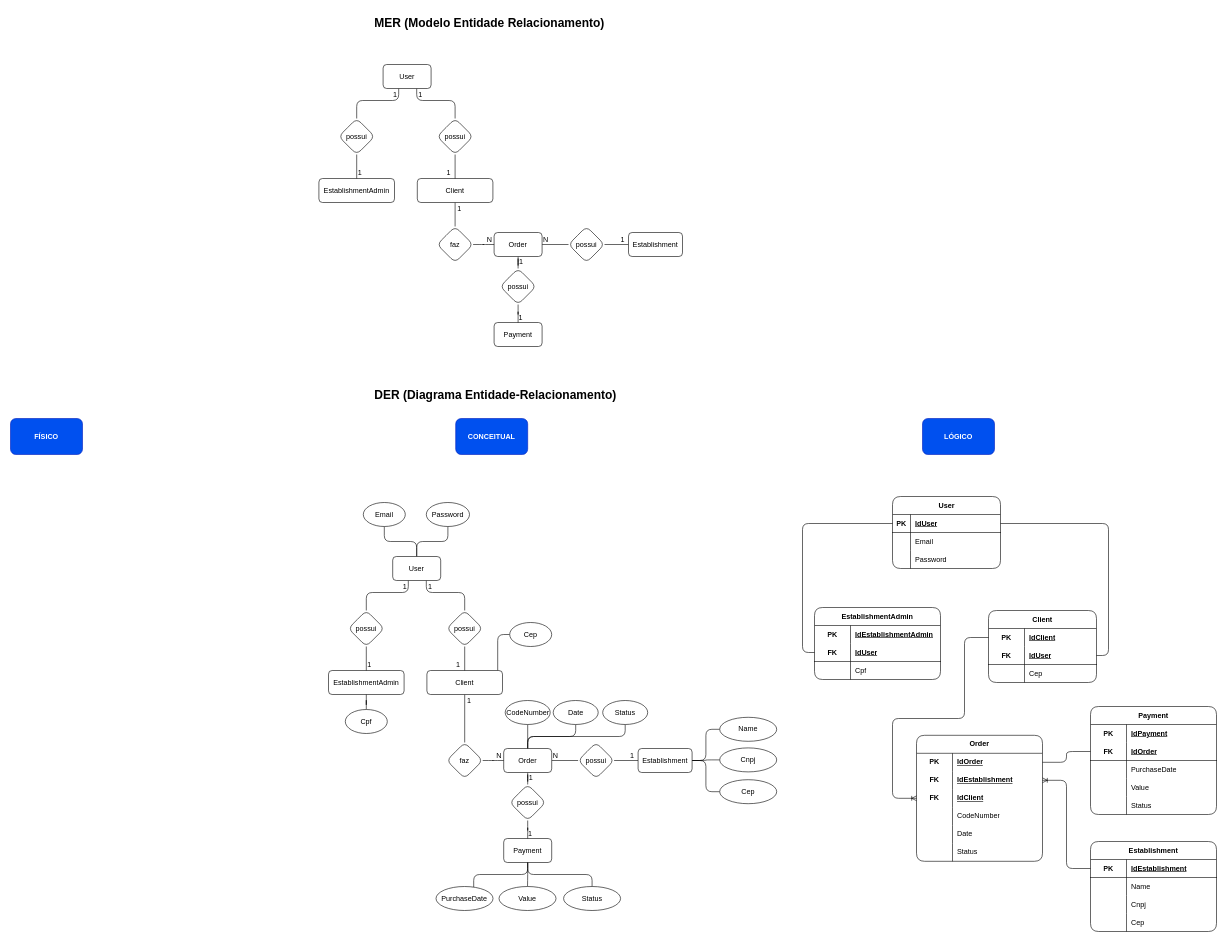
Earlier version of the draw.io diagram page "Diagramas" (3 of 3) of DevOps/Modelagem de Software.drawio (LucasBO7/senai-curso-repos-semestre-4). Source tidied: cells renumbered, new cells numbered last; positions are measured from the earlier drawing's top-left corner, leaving out a move shared by most shapes. Both pictures are drawn from the tidied source at 60%, with x=0, y=0 at pixel (10, 10).
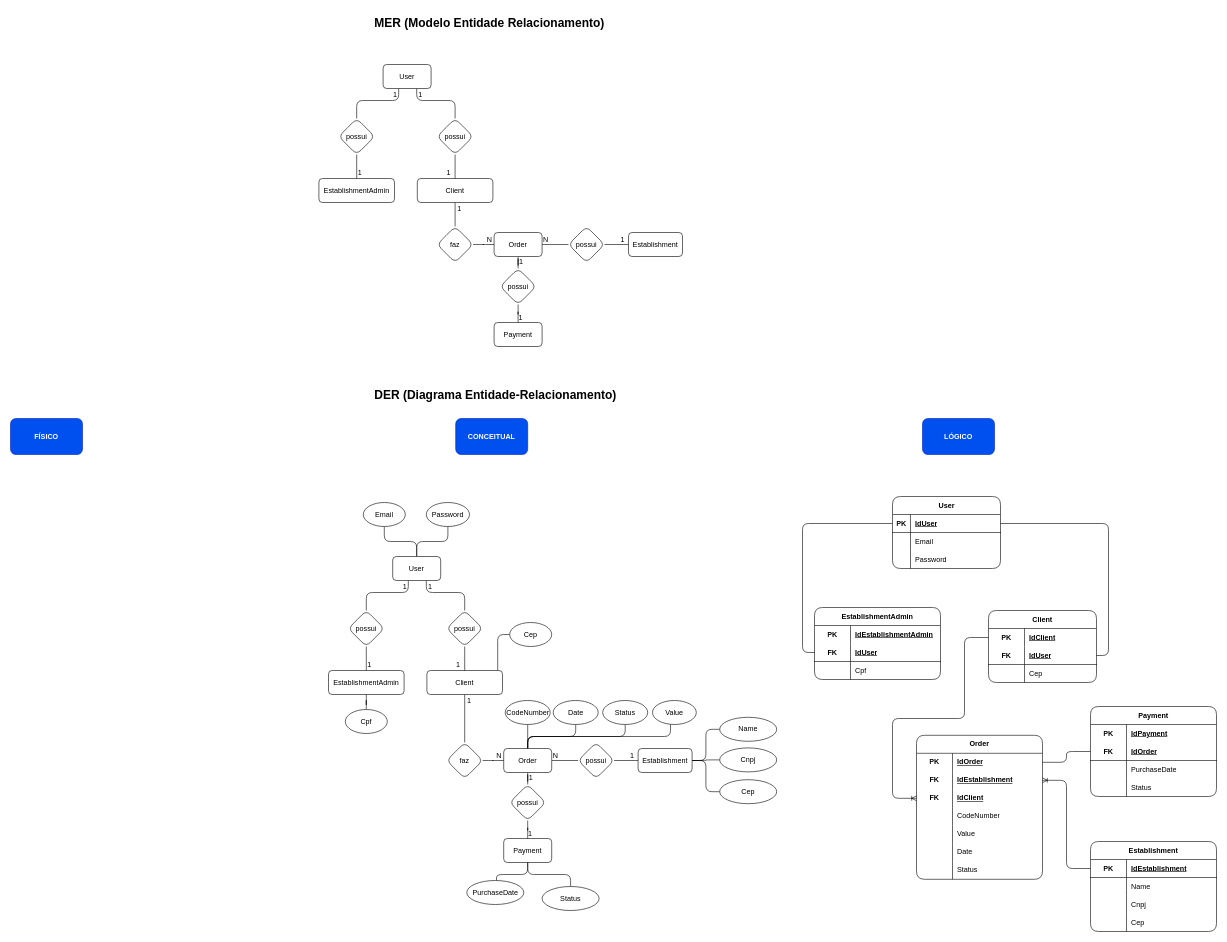
After the change.

Unchanged cells that the change refers to:
```xml
<mxCell id="51" value="Order" style="rounded=1;whiteSpace=wrap;html=1;" parent="1" vertex="1">
  <mxGeometry x="822" y="1230" width="80" height="40" as="geometry" />
</mxCell>
<mxCell id="53" value="Payment" style="rounded=1;whiteSpace=wrap;html=1;" parent="1" vertex="1">
  <mxGeometry x="822" y="1380" width="80" height="40" as="geometry" />
</mxCell>
```

What changed in the source:
```diff
@@
-    <mxCell id="52" style="edgeStyle=orthogonalEdgeStyle;rounded=1;jettySize=auto;html=1;entryX=0.5;entryY=0;entryDx=0;entryDy=0;endArrow=none;endFill=0;" parent="1" edge="1" source="53" target="109">
-      <mxGeometry relative="1" as="geometry" />
-    </mxCell>
@@
     <mxCell id="107" style="edgeStyle=orthogonalEdgeStyle;rounded=1;jettySize=auto;html=1;entryX=0.5;entryY=1;entryDx=0;entryDy=0;endArrow=none;endFill=0;" parent="1" edge="1" source="108" target="53">
       <mxGeometry relative="1" as="geometry">
         <Array as="points">
-          <mxPoint x="772" y="1440" />
+          <mxPoint x="810" y="1440" />
           <mxPoint x="862" y="1440" />
         </Array>
       </mxGeometry>
     </mxCell>
     <mxCell id="108" value="PurchaseDate" style="ellipse;whiteSpace=wrap;html=1;rounded=1;" parent="1" vertex="1">
-      <mxGeometry x="709.2" y="1460" width="95" height="40" as="geometry" />
+      <mxGeometry x="760.5" y="1450" width="95" height="40" as="geometry" />
     </mxCell>
-    <mxCell id="109" value="Value" style="ellipse;whiteSpace=wrap;html=1;rounded=1;" parent="1" vertex="1">
-      <mxGeometry x="814.2" y="1460" width="95" height="40" as="geometry" />
-    </mxCell>
-    <mxCell id="110" style="edgeStyle=orthogonalEdgeStyle;rounded=1;jettySize=auto;html=1;entryX=0.5;entryY=1;entryDx=0;entryDy=0;endArrow=none;endFill=0;" parent="1" edge="1" source="111" target="53">
+    <mxCell id="110" style="edgeStyle=orthogonalEdgeStyle;rounded=1;jettySize=auto;html=1;entryX=0.5;entryY=1;entryDx=0;entryDy=0;endArrow=none;endFill=0;exitX=0.5;exitY=0;exitDx=0;exitDy=0;" parent="1" edge="1" source="111" target="53">
       <mxGeometry relative="1" as="geometry">
         <Array as="points">
-          <mxPoint x="969" y="1440" />
+          <mxPoint x="934" y="1440" />
           <mxPoint x="862" y="1440" />
         </Array>
       </mxGeometry>
     </mxCell>
     <mxCell id="111" value="Status" style="ellipse;whiteSpace=wrap;html=1;rounded=1;" parent="1" vertex="1">
-      <mxGeometry x="921.8" y="1460" width="95" height="40" as="geometry" />
+      <mxGeometry x="886" y="1460" width="95" height="40" as="geometry" />
     </mxCell>
@@
     <mxCell id="125" value="Order" style="shape=table;startSize=30;childLayout=tableLayout;rowLines=0;fontStyle=1;align=center;html=1;whiteSpace=wrap;rounded=1;" parent="1" vertex="1">
-      <mxGeometry x="1510" y="1208" width="210" height="210" as="geometry" />
+      <mxGeometry x="1510" y="1208" width="210" height="240" as="geometry" />
     </mxCell>
@@
+    <mxCell id="178" style="shape=tableRow;horizontal=0;startSize=0;swimlaneHead=0;swimlaneBody=0;fillColor=none;top=0;left=0;right=0;bottom=0;html=1;rounded=1;" parent="125" vertex="1">
+      <mxGeometry y="150" width="210" height="30" as="geometry" />
+    </mxCell>
+    <mxCell id="155" style="shape=partialRectangle;fillColor=none;top=0;left=0;bottom=0;right=0;overflow=hidden;html=1;whiteSpace=wrap;rounded=1;" parent="178" vertex="1">
+      <mxGeometry width="60" height="30" as="geometry" />
+    </mxCell>
+    <mxCell id="156" value="Value" style="shape=partialRectangle;fillColor=none;top=0;left=0;bottom=0;right=0;align=left;spacingLeft=6;overflow=hidden;html=1;whiteSpace=wrap;rounded=1;" parent="178" vertex="1">
+      <mxGeometry x="60" width="150" height="30" as="geometry" />
+    </mxCell>
     <mxCell id="138" style="shape=tableRow;horizontal=0;startSize=0;swimlaneHead=0;swimlaneBody=0;fillColor=none;top=0;left=0;right=0;bottom=0;html=1;rounded=1;" parent="125" vertex="1">
-      <mxGeometry y="150" width="210" height="30" as="geometry" />
+      <mxGeometry y="180" width="210" height="30" as="geometry" />
     </mxCell>
@@
     <mxCell id="141" style="shape=tableRow;horizontal=0;startSize=0;swimlaneHead=0;swimlaneBody=0;fillColor=none;top=0;left=0;right=0;bottom=0;html=1;rounded=1;" parent="125" vertex="1">
-      <mxGeometry y="180" width="210" height="30" as="geometry" />
+      <mxGeometry y="210" width="210" height="30" as="geometry" />
     </mxCell>
@@
     <mxCell id="144" value="Payment" style="shape=table;startSize=30;childLayout=tableLayout;rowLines=0;fontStyle=1;align=center;html=1;whiteSpace=wrap;rounded=1;" parent="1" vertex="1">
-      <mxGeometry x="1800" y="1160" width="210" height="180" as="geometry" />
+      <mxGeometry x="1800" y="1160" width="210" height="150" as="geometry" />
     </mxCell>
@@
-    <mxCell id="154" style="shape=tableRow;horizontal=0;startSize=0;swimlaneHead=0;swimlaneBody=0;fillColor=none;top=0;left=0;right=0;bottom=0;html=1;rounded=1;" parent="144" vertex="1">
-      <mxGeometry y="120" width="210" height="30" as="geometry" />
-    </mxCell>
-    <mxCell id="155" style="shape=partialRectangle;fillColor=none;top=0;left=0;bottom=0;right=0;overflow=hidden;html=1;whiteSpace=wrap;rounded=1;" parent="154" vertex="1">
-      <mxGeometry width="60" height="30" as="geometry" />
-    </mxCell>
-    <mxCell id="156" value="Value" style="shape=partialRectangle;fillColor=none;top=0;left=0;bottom=0;right=0;align=left;spacingLeft=6;overflow=hidden;html=1;whiteSpace=wrap;rounded=1;" parent="154" vertex="1">
-      <mxGeometry x="60" width="150" height="30" as="geometry" />
-    </mxCell>
     <mxCell id="157" style="shape=tableRow;horizontal=0;startSize=0;swimlaneHead=0;swimlaneBody=0;fillColor=none;top=0;left=0;right=0;bottom=0;html=1;rounded=1;" parent="144" vertex="1">
-      <mxGeometry y="150" width="210" height="30" as="geometry" />
+      <mxGeometry y="120" width="210" height="30" as="geometry" />
     </mxCell>
@@
+    <mxCell id="179" style="edgeStyle=orthogonalEdgeStyle;rounded=1;jettySize=auto;html=1;entryX=0.5;entryY=0;entryDx=0;entryDy=0;endArrow=none;endFill=0;" parent="1" edge="1" source="109" target="51">
+      <mxGeometry relative="1" as="geometry">
+        <Array as="points">
+          <mxPoint x="1100" y="1210" />
+          <mxPoint x="862" y="1210" />
+        </Array>
+      </mxGeometry>
+    </mxCell>
+    <mxCell id="109" value="Value" style="ellipse;whiteSpace=wrap;html=1;rounded=1;" parent="1" vertex="1">
+      <mxGeometry x="1070" y="1150" width="73" height="40" as="geometry" />
+    </mxCell>
```
